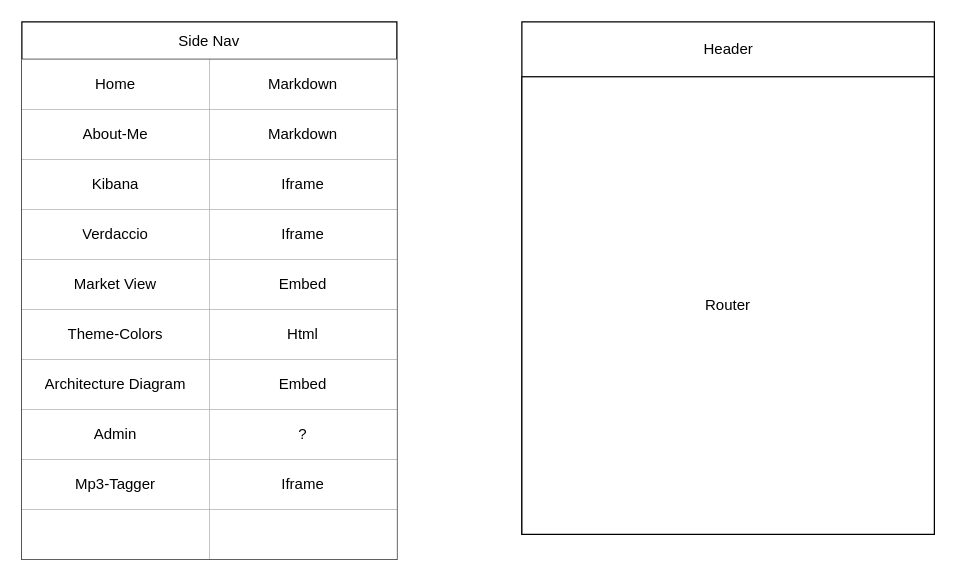
This is page "Dashboard" (3 of 3) of Architecture.drawio from moondc/architecture-diagram, a draw.io file, before an edit. Source tidied: cells renumbered, new cells numbered last; positions are measured from the earlier drawing's top-left corner, leaving out a move shared by most shapes. Both pictures are drawn from the tidied source at 125%, with x=0, y=0 at pixel (21, 21).
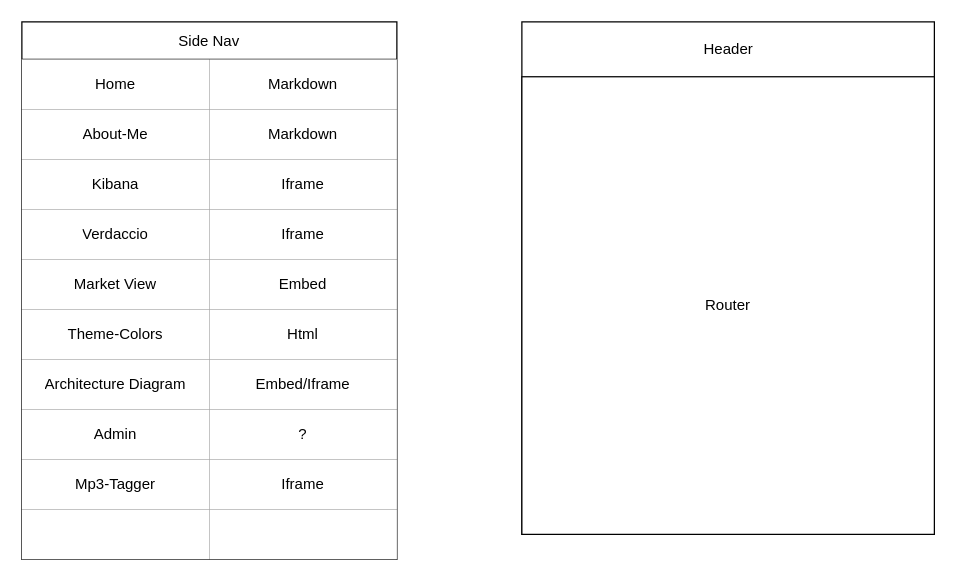
The same page after the edit.

Commit message (it also covers changes not shown here):
updating dashboard page

Unchanged cells that the change refers to:
```xml
<mxCell id="21" style="shape=tableRow;horizontal=0;startSize=0;swimlaneHead=0;swimlaneBody=0;strokeColor=inherit;top=0;left=0;bottom=0;right=0;fillColor=none;" parent="2" vertex="1">
  <mxGeometry y="270" width="300" height="40" as="geometry" />
</mxCell>
```

What changed in the source:
```diff
@@
-    <mxCell id="23" value="Embed" style="shape=partialRectangle;html=1;whiteSpace=wrap;overflow=hidden;top=0;left=0;bottom=0;right=0;" parent="21" vertex="1">
+    <mxCell id="23" value="Embed/Iframe" style="shape=partialRectangle;html=1;whiteSpace=wrap;overflow=hidden;top=0;left=0;bottom=0;right=0;" parent="21" vertex="1">
       <mxGeometry x="150" width="150" height="40" as="geometry" />
     </mxCell>
```
